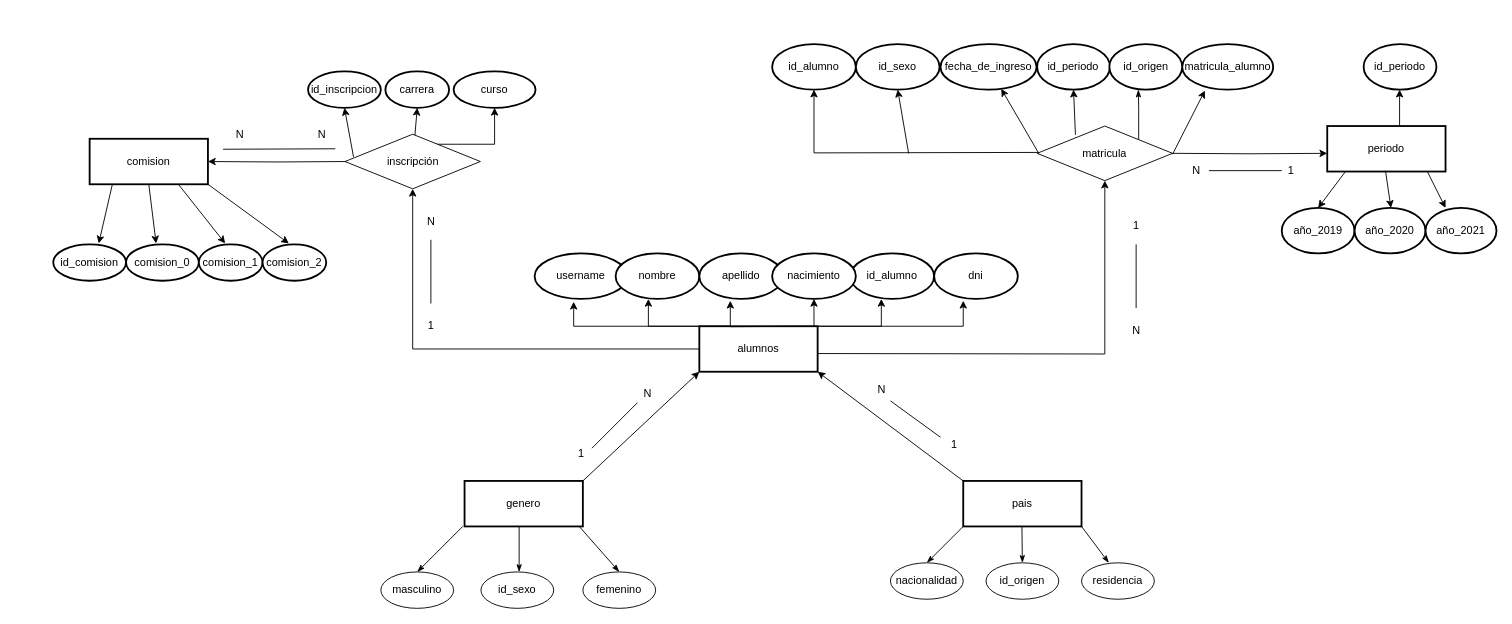
arcv1337/arcv1337 keeps this draw.io diagram as Diagrama sin título.drawio. Above is the earlier version. Source tidied: cells renumbered, new cells numbered last; positions are measured from the earlier drawing's top-left corner, leaving out a move shared by most shapes. Both pictures are drawn from the tidied source at 91%, with x=0, y=0 at pixel (53, 44).
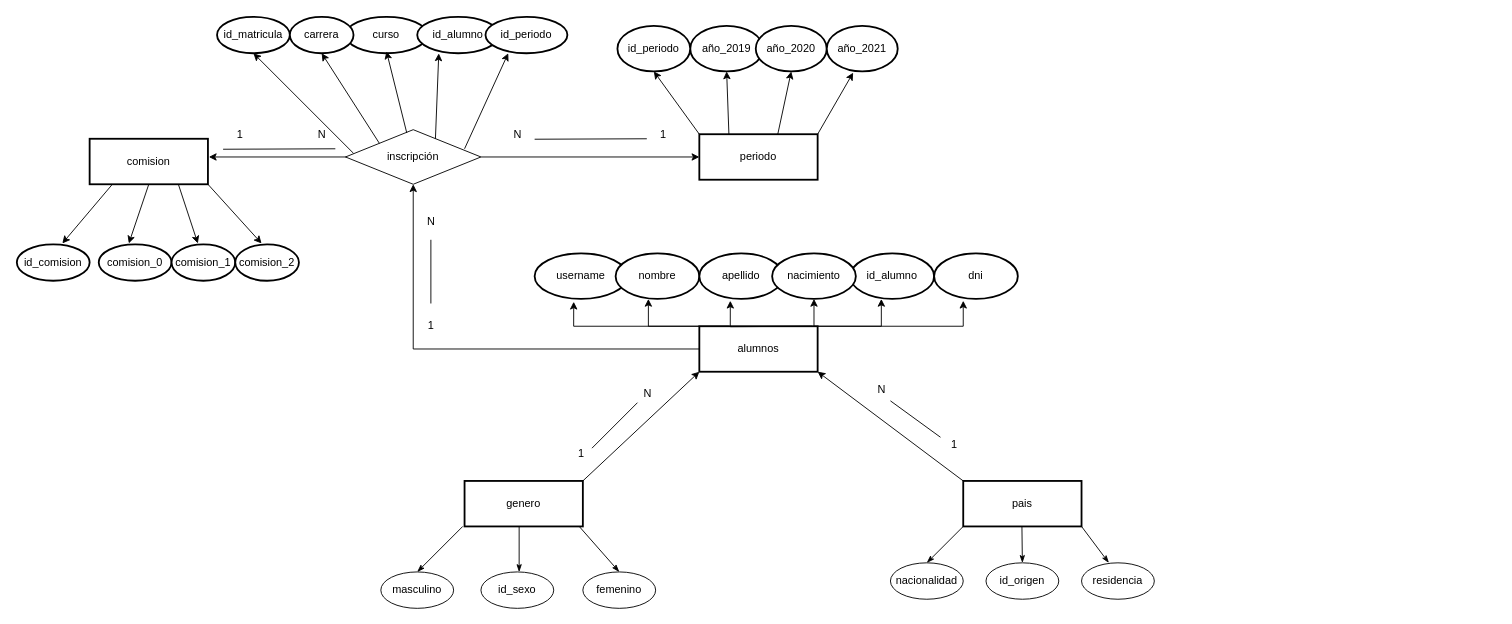
Above is the later version.

Unchanged cells that the change refers to:
```xml
<mxCell id="68" value="comision" style="rounded=0;whiteSpace=wrap;html=1;strokeWidth=2;fontSize=12;" parent="1" vertex="1">
  <mxGeometry x="40" y="104" width="130" height="50" as="geometry" />
</mxCell>
```

What changed in the source:
```diff
@@
-    <mxCell id="2" style="edgeStyle=orthogonalEdgeStyle;rounded=0;jettySize=auto;html=1;entryX=1;entryY=0.5;entryDx=0;entryDy=0;startArrow=classic;startFill=1;exitX=-0.031;exitY=0.64;exitDx=0;exitDy=0;exitPerimeter=0;endArrow=none;endFill=0;" parent="1" edge="1" target="36">
-      <mxGeometry relative="1" as="geometry">
-        <mxPoint x="1400" y="120" as="sourcePoint" />
-      </mxGeometry>
-    </mxCell>
-    <mxCell id="3" style="edgeStyle=orthogonalEdgeStyle;rounded=0;jettySize=auto;html=1;exitX=0.5;exitY=0;exitDx=0;exitDy=0;entryX=0.5;entryY=1;entryDx=0;entryDy=0;" parent="1" edge="1" target="4">
-      <mxGeometry relative="1" as="geometry">
-        <mxPoint x="1083" y="119" as="sourcePoint" />
-      </mxGeometry>
-    </mxCell>
-    <mxCell id="4" value="id_alumno" style="ellipse;whiteSpace=wrap;html=1;strokeWidth=2;" parent="1" vertex="1">
-      <mxGeometry x="790" width="92" height="50" as="geometry" />
-    </mxCell>
@@
-    <mxCell id="8" style="edgeStyle=orthogonalEdgeStyle;rounded=0;jettySize=auto;html=1;exitX=1;exitY=0.5;exitDx=0;exitDy=0;entryX=0.5;entryY=1;entryDx=0;entryDy=0;" parent="1" edge="1" target="36">
-      <mxGeometry relative="1" as="geometry">
-        <mxPoint x="840" y="340" as="sourcePoint" />
-      </mxGeometry>
-    </mxCell>
@@
-    <mxCell id="19" value="matricula_alumno" style="ellipse;whiteSpace=wrap;html=1;strokeWidth=2;" parent="1" vertex="1">
-      <mxGeometry x="1240.6" width="100" height="50" as="geometry" />
-    </mxCell>
@@
-    <mxCell id="34" value="fecha_de_ingreso" style="ellipse;whiteSpace=wrap;html=1;strokeWidth=2;" parent="1" vertex="1">
-      <mxGeometry x="975" width="105.6" height="50" as="geometry" />
-    </mxCell>
-    <mxCell id="35" style="edgeStyle=orthogonalEdgeStyle;rounded=0;jettySize=auto;html=1;exitX=1;exitY=0;exitDx=0;exitDy=0;fontSize=12;startArrow=none;startFill=0;endArrow=classicThin;endFill=1;" parent="1" edge="1" source="36">
-      <mxGeometry relative="1" as="geometry">
-        <mxPoint x="1192.4" y="50" as="targetPoint" />
-      </mxGeometry>
-    </mxCell>
-    <mxCell id="36" value="matricula" style="rhombus;whiteSpace=wrap;html=1;" parent="1" vertex="1">
-      <mxGeometry x="1081.2" y="90" width="148.8" height="60" as="geometry" />
-    </mxCell>
@@
-    <mxCell id="45" style="endArrow=none;html=1;rounded=0;" parent="1" edge="1">
-      <mxGeometry relative="1" as="geometry">
-        <mxPoint x="1190" y="290" as="sourcePoint" />
-        <mxPoint x="1190" y="220" as="targetPoint" />
-      </mxGeometry>
-    </mxCell>
-    <mxCell id="46" value="1" style="text;html=1;align=center;verticalAlign=middle;strokeColor=none;fillColor=none;" parent="1" vertex="1">
-      <mxGeometry x="1175" y="185" width="30" height="30" as="geometry" />
-    </mxCell>
-    <mxCell id="47" value="N" style="text;html=1;align=center;verticalAlign=middle;strokeColor=none;fillColor=none;" parent="1" vertex="1">
-      <mxGeometry x="1175" y="300" width="30" height="30" as="geometry" />
-    </mxCell>
-    <mxCell id="48" value="periodo" style="rounded=0;whiteSpace=wrap;html=1;strokeWidth=2;" parent="1" vertex="1">
-      <mxGeometry x="1400" y="90" width="130" height="50" as="geometry" />
-    </mxCell>
-    <mxCell id="49" style="endArrow=classic;html=1;rounded=0;entryX=0.5;entryY=0;entryDx=0;entryDy=0;" parent="1" edge="1" target="50">
-      <mxGeometry relative="1" as="geometry">
-        <mxPoint x="1420" y="140" as="sourcePoint" />
-      </mxGeometry>
-    </mxCell>
     <mxCell id="50" value="año_2019" style="ellipse;whiteSpace=wrap;html=1;strokeWidth=2;" parent="1" vertex="1">
-      <mxGeometry x="1350" y="180" width="80" height="50" as="geometry" />
+      <mxGeometry x="700" y="-20" width="80" height="50" as="geometry" />
     </mxCell>
-    <mxCell id="51" style="endArrow=classic;html=1;rounded=0;" parent="1" edge="1">
-      <mxGeometry relative="1" as="geometry">
-        <mxPoint x="1464" y="139" as="sourcePoint" />
-        <mxPoint x="1470" y="180" as="targetPoint" />
-      </mxGeometry>
-    </mxCell>
     <mxCell id="52" value="año_2020" style="ellipse;whiteSpace=wrap;html=1;strokeWidth=2;" parent="1" vertex="1">
-      <mxGeometry x="1430" y="180" width="78" height="50" as="geometry" />
+      <mxGeometry x="772" y="-20" width="78" height="50" as="geometry" />
     </mxCell>
-    <mxCell id="53" style="endArrow=classic;html=1;rounded=0;" parent="1" edge="1">
-      <mxGeometry relative="1" as="geometry">
-        <mxPoint x="1510" y="140" as="sourcePoint" />
-        <mxPoint x="1530" y="180" as="targetPoint" />
-      </mxGeometry>
-    </mxCell>
     <mxCell id="54" value="año_2021" style="ellipse;whiteSpace=wrap;html=1;strokeWidth=2;" parent="1" vertex="1">
-      <mxGeometry x="1508" y="180" width="78" height="50" as="geometry" />
+      <mxGeometry x="850" y="-20" width="78" height="50" as="geometry" />
     </mxCell>
-    <mxCell id="55" style="endArrow=classic;html=1;rounded=0;endFill=1;" parent="1" edge="1">
-      <mxGeometry relative="1" as="geometry">
-        <mxPoint x="1479.5" y="90" as="sourcePoint" />
-        <mxPoint x="1479.5" y="50" as="targetPoint" />
-      </mxGeometry>
-    </mxCell>
     <mxCell id="56" value="id_periodo" style="ellipse;whiteSpace=wrap;html=1;strokeWidth=2;" parent="1" vertex="1">
-      <mxGeometry x="1440" width="80" height="50" as="geometry" />
+      <mxGeometry x="620" y="-20" width="80" height="50" as="geometry" />
     </mxCell>
-    <mxCell id="57" style="endArrow=none;html=1;rounded=0;" parent="1" edge="1">
-      <mxGeometry relative="1" as="geometry">
-        <mxPoint x="1270" y="139" as="sourcePoint" />
-        <mxPoint x="1350" y="139" as="targetPoint" />
-      </mxGeometry>
-    </mxCell>
-    <mxCell id="58" value="1" style="text;html=1;align=center;verticalAlign=middle;strokeColor=none;fillColor=none;" parent="1" vertex="1">
-      <mxGeometry x="1345" y="124" width="30" height="30" as="geometry" />
-    </mxCell>
-    <mxCell id="59" value="N" style="text;html=1;align=center;verticalAlign=middle;strokeColor=none;fillColor=none;" parent="1" vertex="1">
-      <mxGeometry x="1240.6" y="124" width="30" height="30" as="geometry" />
-    </mxCell>
-    <mxCell id="60" value="id_periodo" style="ellipse;whiteSpace=wrap;html=1;strokeWidth=2;" parent="1" vertex="1">
-      <mxGeometry x="1081.2" width="80" height="50" as="geometry" />
-    </mxCell>
-    <mxCell id="61" style="endArrow=classic;html=1;rounded=0;endFill=1;exitX=0.052;exitY=0.583;exitDx=0;exitDy=0;exitPerimeter=0;" parent="1" edge="1" target="34">
-      <mxGeometry relative="1" as="geometry">
-        <mxPoint x="1083" y="120" as="sourcePoint" />
-      </mxGeometry>
-    </mxCell>
-    <mxCell id="62" style="endArrow=classic;html=1;rounded=0;endFill=1;entryX=0.5;entryY=1;entryDx=0;entryDy=0;exitX=0.283;exitY=0.161;exitDx=0;exitDy=0;exitPerimeter=0;" parent="1" edge="1" source="36" target="60">
-      <mxGeometry relative="1" as="geometry" />
-    </mxCell>
-    <mxCell id="63" style="endArrow=classic;html=1;rounded=0;endFill=1;exitX=0.052;exitY=0.583;exitDx=0;exitDy=0;exitPerimeter=0;entryX=0.25;entryY=1.02;entryDx=0;entryDy=0;entryPerimeter=0;" parent="1" edge="1" target="19">
-      <mxGeometry relative="1" as="geometry">
-        <mxPoint x="1230" y="121" as="sourcePoint" />
-      </mxGeometry>
-    </mxCell>
-    <mxCell id="64" style="edgeStyle=orthogonalEdgeStyle;rounded=0;jettySize=auto;html=1;exitX=0.5;exitY=0;exitDx=0;exitDy=0;entryX=0.5;entryY=1;entryDx=0;entryDy=0;fontSize=12;" parent="1" edge="1" target="67">
-      <mxGeometry relative="1" as="geometry">
-        <mxPoint x="387" y="104" as="sourcePoint" />
-        <Array as="points">
-          <mxPoint x="387" y="110" />
-          <mxPoint x="485" y="110" />
-        </Array>
-      </mxGeometry>
-    </mxCell>
-    <mxCell id="65" style="edgeStyle=orthogonalEdgeStyle;rounded=0;jettySize=auto;html=1;exitX=0;exitY=0.5;exitDx=0;exitDy=0;fontSize=12;" parent="1" edge="1" target="68">
+    <mxCell id="65" style="edgeStyle=orthogonalEdgeStyle;rounded=0;orthogonalLoop=1;jettySize=auto;html=1;exitX=0;exitY=0.5;exitDx=0;exitDy=0;fontSize=12;" parent="1" edge="1">
       <mxGeometry relative="1" as="geometry">
-        <mxPoint x="322" y="129" as="sourcePoint" />
+        <mxPoint x="323" y="124" as="sourcePoint" />
+        <mxPoint x="171" y="124" as="targetPoint" />
       </mxGeometry>
     </mxCell>
-    <mxCell id="66" value="id_inscripcion" style="ellipse;whiteSpace=wrap;html=1;strokeWidth=2;" parent="1" vertex="1">
-      <mxGeometry x="280" y="30" width="80" height="40" as="geometry" />
+    <mxCell id="66" value="id_matricula" style="ellipse;whiteSpace=wrap;html=1;strokeWidth=2;" parent="1" vertex="1">
+      <mxGeometry x="180" y="-30" width="80" height="40" as="geometry" />
     </mxCell>
     <mxCell id="67" value="curso" style="ellipse;whiteSpace=wrap;html=1;strokeWidth=2;" parent="1" vertex="1">
-      <mxGeometry x="440" y="30" width="90" height="40" as="geometry" />
+      <mxGeometry x="321.2" y="-30" width="90" height="40" as="geometry" />
     </mxCell>
@@
     <mxCell id="69" value="carrera" style="ellipse;whiteSpace=wrap;html=1;strokeWidth=2;" parent="1" vertex="1">
-      <mxGeometry x="365" y="30" width="70" height="40" as="geometry" />
+      <mxGeometry x="260" y="-30" width="70" height="40" as="geometry" />
     </mxCell>
+    <mxCell id="91" style="edgeStyle=orthogonalEdgeStyle;rounded=0;jettySize=auto;html=1;exitX=1;exitY=0.5;exitDx=0;exitDy=0;entryX=0;entryY=0.5;entryDx=0;entryDy=0;" parent="1" edge="1" source="70" target="48">
+      <mxGeometry relative="1" as="geometry" />
+    </mxCell>
     <mxCell id="70" value="inscripción" style="rhombus;whiteSpace=wrap;html=1;" parent="1" vertex="1">
-      <mxGeometry x="320.6" y="99" width="148.8" height="60" as="geometry" />
+      <mxGeometry x="321.2" y="94" width="148.8" height="60" as="geometry" />
     </mxCell>
-    <mxCell id="71" style="endArrow=classic;html=1;rounded=0;fontSize=12;entryX=0.5;entryY=1;entryDx=0;entryDy=0;" parent="1" edge="1" source="70" target="69">
+    <mxCell id="71" style="endArrow=classic;html=1;rounded=0;fontSize=12;entryX=0.5;entryY=1;entryDx=0;entryDy=0;exitX=0;exitY=0;exitDx=0;exitDy=0;" parent="1" edge="1" source="70" target="69">
       <mxGeometry relative="1" as="geometry" />
     </mxCell>
     <mxCell id="72" style="endArrow=classic;html=1;rounded=0;fontSize=12;entryX=0.5;entryY=1;entryDx=0;entryDy=0;" parent="1" edge="1" target="66">
       <mxGeometry relative="1" as="geometry">
-        <mxPoint x="330" y="124" as="sourcePoint" />
+        <mxPoint x="330" y="120" as="sourcePoint" />
       </mxGeometry>
     </mxCell>
@@
     <mxCell id="74" value="id_comision" style="ellipse;whiteSpace=wrap;html=1;strokeWidth=2;" parent="1" vertex="1">
-      <mxGeometry y="220" width="80" height="40" as="geometry" />
+      <mxGeometry x="-40" y="220" width="80" height="40" as="geometry" />
     </mxCell>
@@
     <mxCell id="76" value="comision_0" style="ellipse;whiteSpace=wrap;html=1;strokeWidth=2;" parent="1" vertex="1">
-      <mxGeometry x="80" y="220" width="80" height="40" as="geometry" />
+      <mxGeometry x="50" y="220" width="80" height="40" as="geometry" />
     </mxCell>
@@
     <mxCell id="78" value="comision_1&lt;br&gt;" style="ellipse;whiteSpace=wrap;html=1;strokeWidth=2;" parent="1" vertex="1">
-      <mxGeometry x="160" y="220" width="70" height="40" as="geometry" />
+      <mxGeometry x="130" y="220" width="70" height="40" as="geometry" />
     </mxCell>
@@
     <mxCell id="80" value="comision_2" style="ellipse;whiteSpace=wrap;html=1;strokeWidth=2;" parent="1" vertex="1">
-      <mxGeometry x="230" y="220" width="70" height="40" as="geometry" />
+      <mxGeometry x="200" y="220" width="70" height="40" as="geometry" />
     </mxCell>
-    <mxCell id="81" value="id_origen" style="ellipse;whiteSpace=wrap;html=1;strokeWidth=2;" parent="1" vertex="1">
-      <mxGeometry x="1160.6" width="80" height="50" as="geometry" />
-    </mxCell>
-    <mxCell id="82" style="endArrow=classic;html=1;rounded=0;fontSize=12;entryX=0.5;entryY=1;entryDx=0;entryDy=0;" parent="1" edge="1" target="83">
-      <mxGeometry relative="1" as="geometry">
-        <mxPoint x="940" y="120" as="sourcePoint" />
-      </mxGeometry>
-    </mxCell>
-    <mxCell id="83" value="id_sexo" style="ellipse;whiteSpace=wrap;html=1;strokeWidth=2;" parent="1" vertex="1">
-      <mxGeometry x="882" width="92" height="50" as="geometry" />
-    </mxCell>
@@
-    <mxCell id="88" value="N" style="text;html=1;align=center;verticalAlign=middle;points=[];strokeColor=none;fillColor=none;fontSize=12;" parent="1" vertex="1">
+    <mxCell id="88" value="1" style="text;html=1;align=center;verticalAlign=middle;points=[];strokeColor=none;fillColor=none;fontSize=12;" parent="1" vertex="1">
       <mxGeometry x="190" y="85" width="30" height="30" as="geometry" />
     </mxCell>
@@
+    <mxCell id="92" style="endArrow=classic;html=1;rounded=0;entryX=0.263;entryY=1.004;entryDx=0;entryDy=0;entryPerimeter=0;" parent="1" edge="1" target="4">
+      <mxGeometry relative="1" as="geometry">
+        <mxPoint x="420" y="104" as="sourcePoint" />
+      </mxGeometry>
+    </mxCell>
+    <mxCell id="4" value="id_alumno" style="ellipse;whiteSpace=wrap;html=1;strokeWidth=2;" parent="1" vertex="1">
+      <mxGeometry x="400" y="-30" width="90" height="40" as="geometry" />
+    </mxCell>
+    <mxCell id="48" value="periodo" style="rounded=0;whiteSpace=wrap;html=1;strokeWidth=2;" parent="1" vertex="1">
+      <mxGeometry x="710" y="99" width="130" height="50" as="geometry" />
+    </mxCell>
+    <mxCell id="93" style="endArrow=classic;html=1;rounded=0;entryX=0.5;entryY=1;entryDx=0;entryDy=0;" parent="1" edge="1" target="56">
+      <mxGeometry relative="1" as="geometry">
+        <mxPoint x="710" y="99" as="sourcePoint" />
+      </mxGeometry>
+    </mxCell>
+    <mxCell id="94" style="endArrow=classic;html=1;rounded=0;entryX=0.5;entryY=1;entryDx=0;entryDy=0;exitX=0.25;exitY=0;exitDx=0;exitDy=0;" parent="1" edge="1" source="48" target="50">
+      <mxGeometry relative="1" as="geometry" />
+    </mxCell>
+    <mxCell id="95" style="endArrow=classic;html=1;rounded=0;entryX=0.5;entryY=1;entryDx=0;entryDy=0;exitX=0.25;exitY=0;exitDx=0;exitDy=0;" parent="1" edge="1" target="52">
+      <mxGeometry relative="1" as="geometry">
+        <mxPoint x="796.2" y="99" as="sourcePoint" />
+      </mxGeometry>
+    </mxCell>
+    <mxCell id="96" style="endArrow=classic;html=1;rounded=0;entryX=0.372;entryY=1.027;entryDx=0;entryDy=0;exitX=0.25;exitY=0;exitDx=0;exitDy=0;entryPerimeter=0;" parent="1" edge="1" target="54">
+      <mxGeometry relative="1" as="geometry">
+        <mxPoint x="840" y="99" as="sourcePoint" />
+      </mxGeometry>
+    </mxCell>
+    <mxCell id="97" style="edgeStyle=orthogonalEdgeStyle;rounded=0;orthogonalLoop=1;jettySize=auto;html=1;exitX=0.5;exitY=1;exitDx=0;exitDy=0;" parent="1" edge="1" source="4" target="4">
+      <mxGeometry relative="1" as="geometry" />
+    </mxCell>
+    <mxCell id="98" style="endArrow=classic;html=1;rounded=0;entryX=0.5;entryY=1;entryDx=0;entryDy=0;exitX=0.452;exitY=0.093;exitDx=0;exitDy=0;exitPerimeter=0;" parent="1" edge="1">
+      <mxGeometry relative="1" as="geometry">
+        <mxPoint x="388.5" y="97.6" as="sourcePoint" />
+        <mxPoint x="366.2" y="8" as="targetPoint" />
+      </mxGeometry>
+    </mxCell>
+    <mxCell id="99" style="endArrow=classic;html=1;rounded=0;" parent="1" edge="1">
+      <mxGeometry relative="1" as="geometry">
+        <mxPoint x="452" y="115" as="sourcePoint" />
+        <mxPoint x="500" y="10" as="targetPoint" />
+      </mxGeometry>
+    </mxCell>
+    <mxCell id="60" value="id_periodo" style="ellipse;whiteSpace=wrap;html=1;strokeWidth=2;" parent="1" vertex="1">
+      <mxGeometry x="475" y="-30" width="90" height="40" as="geometry" />
+    </mxCell>
+    <mxCell id="100" style="endArrow=none;html=1;rounded=0;fontSize=12;exitX=-0.111;exitY=1.017;exitDx=0;exitDy=0;exitPerimeter=0;" parent="1" edge="1">
+      <mxGeometry relative="1" as="geometry">
+        <mxPoint x="529" y="104.5" as="sourcePoint" />
+        <mxPoint x="652.3" y="104" as="targetPoint" />
+      </mxGeometry>
+    </mxCell>
+    <mxCell id="101" value="1" style="text;html=1;align=center;verticalAlign=middle;strokeColor=none;fillColor=none;" parent="1" vertex="1">
+      <mxGeometry x="655" y="85" width="30" height="30" as="geometry" />
+    </mxCell>
+    <mxCell id="102" value="N" style="text;html=1;align=center;verticalAlign=middle;strokeColor=none;fillColor=none;" parent="1" vertex="1">
+      <mxGeometry x="495" y="85" width="30" height="30" as="geometry" />
+    </mxCell>
```
